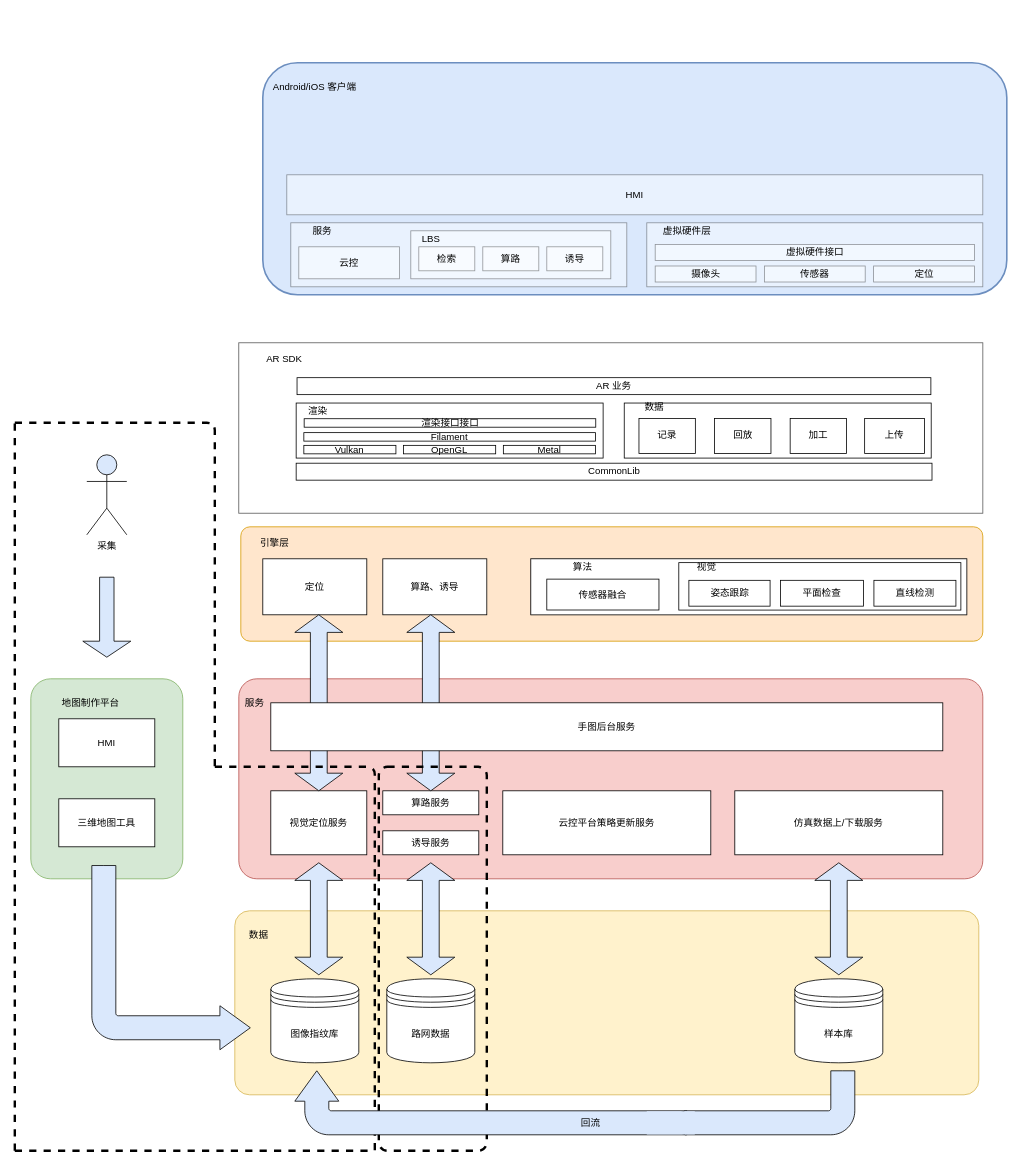
Above: page "主框架V2" (2 of 18) of AR 客户端架构.drawio in wangziji/graphics (draw.io), before the change. Source tidied: cells renumbered, new cells numbered last; positions are measured from the earlier drawing's top-left corner, leaving out a move shared by most shapes. Both pictures are drawn from the tidied source at 80%, with x=0, y=0 at pixel (14, 62).
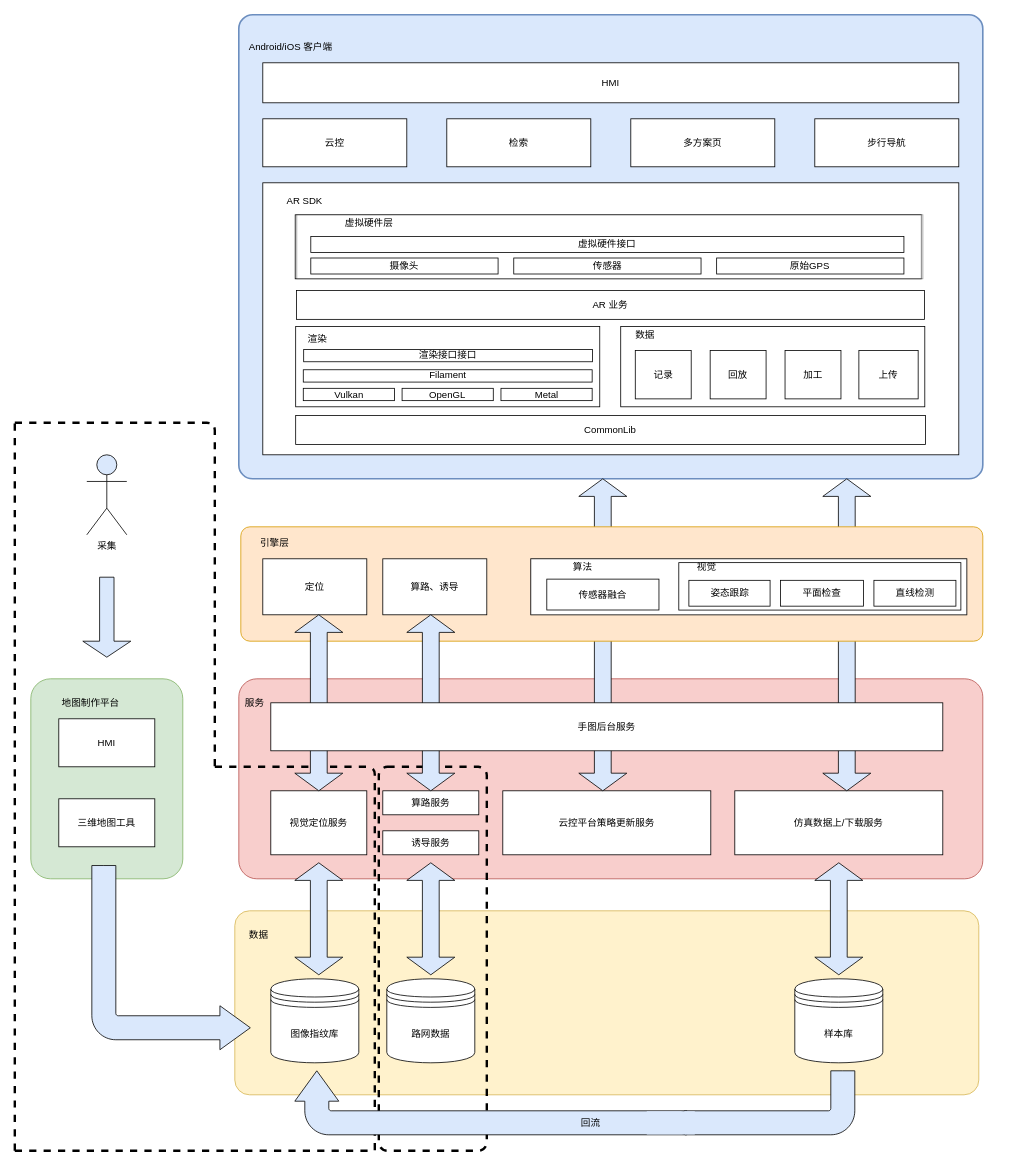
The same diagram, later.

Commit message:
Update AR 客户端架构.drawio

Change to the diagram source:
```diff
@@
-    <mxCell id="2" style="rounded=1;whiteSpace=wrap;html=1;fillColor=#ffe6cc;strokeColor=#d79b00;arcSize=8;" parent="1" vertex="1">
-      <mxGeometry x="282.5" y="580" width="927.5" height="143" as="geometry" />
-    </mxCell>
-    <mxCell id="3" value="定位" style="rounded=0;whiteSpace=wrap;html=1;" parent="1" vertex="1">
-      <mxGeometry x="310" y="620" width="130" height="70" as="geometry" />
-    </mxCell>
-    <mxCell id="4" value="算路、诱导" style="rounded=0;whiteSpace=wrap;html=1;" parent="1" vertex="1">
-      <mxGeometry x="460" y="620" width="130" height="70" as="geometry" />
-    </mxCell>
-    <mxCell id="5" value="引擎层" style="text;html=1;strokeColor=none;fillColor=none;align=center;verticalAlign=middle;whiteSpace=wrap;rounded=0;" parent="1" vertex="1">
-      <mxGeometry x="300" y="590" width="50" height="20" as="geometry" />
-    </mxCell>
@@
-    <mxCell id="23" style="html=1;shadow=0;dashed=0;align=center;verticalAlign=middle;shape=mxgraph.arrows2.twoWayArrow;dy=0.65;dx=22;strokeColor=#000000;fillColor=#DAE8FC;rotation=90;" parent="1" vertex="1">
-      <mxGeometry x="270" y="770" width="220" height="60" as="geometry" />
-    </mxCell>
-    <mxCell id="24" style="html=1;shadow=0;dashed=0;align=center;verticalAlign=middle;shape=mxgraph.arrows2.twoWayArrow;dy=0.65;dx=22;strokeColor=#000000;fillColor=#DAE8FC;rotation=90;" parent="1" vertex="1">
-      <mxGeometry x="410" y="770" width="220" height="60" as="geometry" />
-    </mxCell>
-    <mxCell id="25" value="手图后台服务" style="rounded=0;whiteSpace=wrap;html=1;" parent="1" vertex="1">
-      <mxGeometry x="320" y="800" width="840" height="60" as="geometry" />
-    </mxCell>
@@
-    <mxCell id="36" style="rounded=1;whiteSpace=wrap;html=1;strokeWidth=2;fillColor=#DAE8FC;strokeColor=#6c8ebf;" parent="1" vertex="1">
-      <mxGeometry x="310" width="930" height="290" as="geometry" />
+    <mxCell id="36" style="rounded=1;whiteSpace=wrap;html=1;strokeWidth=2;fillColor=#DAE8FC;strokeColor=#6c8ebf;arcSize=3;" parent="1" vertex="1">
+      <mxGeometry x="280" y="-60" width="930" height="580" as="geometry" />
     </mxCell>
     <mxCell id="37" value="Android/iOS 客户端" style="text;html=1;strokeColor=none;fillColor=none;align=center;verticalAlign=middle;whiteSpace=wrap;rounded=0;" parent="1" vertex="1">
-      <mxGeometry x="320" y="20" width="110" height="20" as="geometry" />
+      <mxGeometry x="290" y="-30" width="110" height="20" as="geometry" />
     </mxCell>
-    <mxCell id="38" value="HMI" style="rounded=0;whiteSpace=wrap;html=1;strokeWidth=1;opacity=40;fillColor=#FFFFFF;" parent="1" vertex="1">
-      <mxGeometry x="340" y="140" width="870" height="50" as="geometry" />
+    <mxCell id="38" value="HMI" style="rounded=0;whiteSpace=wrap;html=1;strokeWidth=1;fillColor=#FFFFFF;" parent="1" vertex="1">
+      <mxGeometry x="310" width="870" height="50" as="geometry" />
     </mxCell>
@@
-    <mxCell id="44" style="group;" parent="1" vertex="1">
-      <mxGeometry x="790" y="200" width="420" height="80" as="geometry" />
-    </mxCell>
-    <mxCell id="45" style="rounded=0;whiteSpace=wrap;html=1;strokeWidth=1;opacity=40;" parent="44" vertex="1">
-      <mxGeometry width="420" height="80" as="geometry" />
-    </mxCell>
+    <mxCell id="91" style="group;" parent="1" vertex="1">
+      <mxGeometry x="310" y="150" width="870" height="370" as="geometry" />
+    </mxCell>
+    <mxCell id="92" style="rounded=0;whiteSpace=wrap;html=1;strokeColor=#000000;fillColor=#FFFFFF;" parent="91" vertex="1">
+      <mxGeometry width="870" height="340" as="geometry" />
+    </mxCell>
+    <mxCell id="93" style="group;" parent="91" vertex="1">
+      <mxGeometry x="32.5" y="99.7" width="837.5" height="270.3" as="geometry" />
+    </mxCell>
+    <mxCell id="94" style="rounded=0;whiteSpace=wrap;html=1;strokeWidth=1;" parent="93" vertex="1">
+      <mxGeometry x="414.9" y="80" width="380.1" height="100.3" as="geometry" />
+    </mxCell>
+    <mxCell id="74" value="CommonLib" style="rounded=0;whiteSpace=wrap;html=1;strokeWidth=1;" parent="93" vertex="1">
+      <mxGeometry x="8.6" y="191.2" width="787.3" height="36.1" as="geometry" />
+    </mxCell>
+    <mxCell id="95" style="group;" parent="93" vertex="1">
+      <mxGeometry y="80" width="388.7" height="100.3" as="geometry" />
+    </mxCell>
+    <mxCell id="96" style="rounded=0;whiteSpace=wrap;html=1;strokeWidth=1;" parent="95" vertex="1">
+      <mxGeometry x="8.6" width="380.1" height="100.3" as="geometry" />
+    </mxCell>
+    <mxCell id="77" value="渲染" style="text;html=1;strokeColor=none;fillColor=none;align=center;verticalAlign=middle;whiteSpace=wrap;rounded=0;opacity=40;" parent="95" vertex="1">
+      <mxGeometry y="7.7" width="71.3" height="15.4" as="geometry" />
+    </mxCell>
+    <mxCell id="78" value="渲染接口接口" style="rounded=0;whiteSpace=wrap;html=1;strokeWidth=1;" parent="95" vertex="1">
+      <mxGeometry x="18.6" y="28.6" width="361.1" height="15.4" as="geometry" />
+    </mxCell>
+    <mxCell id="79" value="Vulkan" style="rounded=0;whiteSpace=wrap;html=1;strokeWidth=1;" parent="95" vertex="1">
+      <mxGeometry x="18.1" y="77.2" width="114" height="15.4" as="geometry" />
+    </mxCell>
+    <mxCell id="80" value="OpenGL" style="rounded=0;whiteSpace=wrap;html=1;strokeWidth=1;" parent="95" vertex="1">
+      <mxGeometry x="141.6" y="77.2" width="114" height="15.4" as="geometry" />
+    </mxCell>
+    <mxCell id="81" value="Metal" style="rounded=0;whiteSpace=wrap;html=1;strokeWidth=1;" parent="95" vertex="1">
+      <mxGeometry x="265.2" y="77.2" width="114" height="15.4" as="geometry" />
+    </mxCell>
+    <mxCell id="82" value="Filament" style="rounded=0;whiteSpace=wrap;html=1;strokeWidth=1;" parent="95" vertex="1">
+      <mxGeometry x="18.1" y="54" width="361.1" height="15.4" as="geometry" />
+    </mxCell>
+    <mxCell id="85" value="数据" style="text;html=1;strokeColor=none;fillColor=none;align=center;verticalAlign=middle;whiteSpace=wrap;rounded=0;opacity=40;" parent="93" vertex="1">
+      <mxGeometry x="408.3" y="80" width="74.2" height="20.7" as="geometry" />
+    </mxCell>
+    <mxCell id="86" value="记录" style="rounded=0;whiteSpace=wrap;html=1;strokeWidth=1;" parent="93" vertex="1">
+      <mxGeometry x="433.1" y="110" width="69.9" height="60.4" as="geometry" />
+    </mxCell>
+    <mxCell id="87" value="回放" style="rounded=0;whiteSpace=wrap;html=1;strokeWidth=1;" parent="93" vertex="1">
+      <mxGeometry x="526.7" y="110" width="69.9" height="60.4" as="geometry" />
+    </mxCell>
+    <mxCell id="88" value="加工" style="rounded=0;whiteSpace=wrap;html=1;strokeWidth=1;" parent="93" vertex="1">
+      <mxGeometry x="620.3" y="110" width="69.9" height="60.4" as="geometry" />
+    </mxCell>
+    <mxCell id="89" value="上传" style="rounded=0;whiteSpace=wrap;html=1;strokeWidth=1;" parent="93" vertex="1">
+      <mxGeometry x="712.6" y="110" width="74.1" height="60.4" as="geometry" />
+    </mxCell>
+    <mxCell id="97" style="group;" parent="91" vertex="1">
+      <mxGeometry x="41.5" y="125.6" width="787.3" height="54.1" as="geometry" />
+    </mxCell>
+    <mxCell id="84" value="AR 业务" style="rounded=0;whiteSpace=wrap;html=1;strokeWidth=1;" parent="97" vertex="1">
+      <mxGeometry x="0.6" y="9" width="784.9" height="36.1" as="geometry" />
+    </mxCell>
+    <mxCell id="98" style="group;strokeColor=#000000;" parent="91" vertex="1">
+      <mxGeometry x="40.5" y="40" width="782.6" height="80" as="geometry" />
+    </mxCell>
+    <mxCell id="99" style="rounded=0;whiteSpace=wrap;html=1;strokeWidth=1;opacity=40;" parent="98" vertex="1">
+      <mxGeometry x="2" width="782.6" height="80" as="geometry" />
+    </mxCell>
-    <mxCell id="46" value="虚拟硬件层" style="text;html=1;strokeColor=none;fillColor=none;align=center;verticalAlign=middle;whiteSpace=wrap;rounded=0;opacity=40;" parent="44" vertex="1">
-      <mxGeometry x="10.5" width="78.8" height="20" as="geometry" />
+    <mxCell id="46" value="虚拟硬件层" style="text;html=1;strokeColor=none;fillColor=none;align=center;verticalAlign=middle;whiteSpace=wrap;rounded=0;opacity=40;" parent="98" vertex="1">
+      <mxGeometry x="19.5" width="146.3" height="20" as="geometry" />
     </mxCell>
-    <mxCell id="47" value="虚拟硬件接口" style="rounded=0;whiteSpace=wrap;html=1;strokeWidth=1;opacity=40;" parent="44" vertex="1">
-      <mxGeometry x="10.5" y="27" width="399" height="20" as="geometry" />
+    <mxCell id="47" value="虚拟硬件接口" style="rounded=0;whiteSpace=wrap;html=1;strokeWidth=1;" parent="98" vertex="1">
+      <mxGeometry x="19.5" y="27" width="741.4" height="20" as="geometry" />
     </mxCell>
-    <mxCell id="48" value="摄像头" style="rounded=0;whiteSpace=wrap;html=1;strokeWidth=1;opacity=40;" parent="44" vertex="1">
-      <mxGeometry x="10.5" y="54" width="126" height="20" as="geometry" />
+    <mxCell id="48" value="摄像头" style="rounded=0;whiteSpace=wrap;html=1;strokeWidth=1;" parent="98" vertex="1">
+      <mxGeometry x="19.5" y="54" width="234.1" height="20" as="geometry" />
     </mxCell>
-    <mxCell id="49" value="传感器" style="rounded=0;whiteSpace=wrap;html=1;strokeWidth=1;opacity=40;" parent="44" vertex="1">
-      <mxGeometry x="147" y="54" width="126" height="20" as="geometry" />
+    <mxCell id="49" value="传感器" style="rounded=0;whiteSpace=wrap;html=1;strokeWidth=1;" parent="98" vertex="1">
+      <mxGeometry x="273.2" y="54" width="234.1" height="20" as="geometry" />
     </mxCell>
-    <mxCell id="50" value="定位" style="rounded=0;whiteSpace=wrap;html=1;strokeWidth=1;opacity=40;" parent="44" vertex="1">
-      <mxGeometry x="283.5" y="54" width="126" height="20" as="geometry" />
-    </mxCell>
-    <mxCell id="51" style="group;" parent="1" vertex="1">
-      <mxGeometry x="345" y="200" width="420" height="80" as="geometry" />
-    </mxCell>
-    <mxCell id="52" style="rounded=0;whiteSpace=wrap;html=1;strokeWidth=1;opacity=40;" parent="51" vertex="1">
-      <mxGeometry width="420" height="80" as="geometry" />
-    </mxCell>
-    <mxCell id="53" value="服务" style="text;html=1;strokeColor=none;fillColor=none;align=center;verticalAlign=middle;whiteSpace=wrap;rounded=0;opacity=40;" parent="51" vertex="1">
-      <mxGeometry width="78.8" height="20" as="geometry" />
-    </mxCell>
+    <mxCell id="100" value="原始GPS" style="rounded=0;whiteSpace=wrap;html=1;strokeWidth=1;" parent="98" vertex="1">
+      <mxGeometry x="526.8" y="54" width="234.1" height="20" as="geometry" />
+    </mxCell>
+    <mxCell id="90" value="AR SDK" style="text;html=1;strokeColor=none;fillColor=none;align=center;verticalAlign=middle;whiteSpace=wrap;rounded=0;" parent="91" vertex="1">
+      <mxGeometry x="11.5" y="5.9" width="80.8" height="34.1" as="geometry" />
+    </mxCell>
-    <mxCell id="54" value="云控" style="rounded=0;whiteSpace=wrap;html=1;strokeWidth=1;opacity=40;" parent="51" vertex="1">
-      <mxGeometry x="10" y="30" width="126" height="40" as="geometry" />
+    <mxCell id="54" value="云控" style="rounded=0;whiteSpace=wrap;html=1;strokeColor=#000000;fillColor=#FFFFFF;" parent="1" vertex="1">
+      <mxGeometry x="310" y="70" width="180" height="60" as="geometry" />
     </mxCell>
-    <mxCell id="55" style="rounded=0;whiteSpace=wrap;html=1;strokeWidth=1;opacity=40;" parent="51" vertex="1">
-      <mxGeometry x="150" y="10" width="250" height="60" as="geometry" />
-    </mxCell>
-    <mxCell id="56" value="LBS" style="text;html=1;strokeColor=none;fillColor=none;align=center;verticalAlign=middle;whiteSpace=wrap;rounded=0;opacity=40;" parent="51" vertex="1">
-      <mxGeometry x="136" y="10" width="78.8" height="20" as="geometry" />
-    </mxCell>
-    <mxCell id="57" value="检索" style="rounded=0;whiteSpace=wrap;html=1;strokeWidth=1;opacity=40;" parent="51" vertex="1">
-      <mxGeometry x="160" y="30" width="70" height="30" as="geometry" />
+    <mxCell id="57" value="检索" style="rounded=0;whiteSpace=wrap;html=1;strokeColor=#000000;fillColor=#FFFFFF;" parent="1" vertex="1">
+      <mxGeometry x="540" y="70" width="180" height="60" as="geometry" />
     </mxCell>
-    <mxCell id="58" value="算路" style="rounded=0;whiteSpace=wrap;html=1;strokeWidth=1;opacity=40;" parent="51" vertex="1">
-      <mxGeometry x="240" y="30" width="70" height="30" as="geometry" />
-    </mxCell>
-    <mxCell id="59" value="诱导" style="rounded=0;whiteSpace=wrap;html=1;strokeWidth=1;opacity=40;" parent="51" vertex="1">
-      <mxGeometry x="320" y="30" width="70" height="30" as="geometry" />
-    </mxCell>
+    <mxCell id="101" value="多方案页" style="rounded=0;whiteSpace=wrap;html=1;strokeColor=#000000;fillColor=#FFFFFF;" parent="1" vertex="1">
+      <mxGeometry x="770" y="70" width="180" height="60" as="geometry" />
+    </mxCell>
+    <mxCell id="102" value="步行导航" style="rounded=0;whiteSpace=wrap;html=1;strokeColor=#000000;fillColor=#FFFFFF;" parent="1" vertex="1">
+      <mxGeometry x="1000" y="70" width="180" height="60" as="geometry" />
+    </mxCell>
+    <mxCell id="103" style="html=1;shadow=0;dashed=0;align=center;verticalAlign=middle;shape=mxgraph.arrows2.twoWayArrow;dy=0.65;dx=22;strokeColor=#000000;fillColor=#DAE8FC;rotation=90;" parent="1" vertex="1">
+      <mxGeometry x="845" y="685" width="390" height="60" as="geometry" />
+    </mxCell>
+    <mxCell id="104" style="html=1;shadow=0;dashed=0;align=center;verticalAlign=middle;shape=mxgraph.arrows2.twoWayArrow;dy=0.65;dx=22;strokeColor=#000000;fillColor=#DAE8FC;rotation=90;" parent="1" vertex="1">
+      <mxGeometry x="540" y="685" width="390" height="60" as="geometry" />
+    </mxCell>
+    <mxCell id="2" style="rounded=1;whiteSpace=wrap;html=1;fillColor=#ffe6cc;strokeColor=#d79b00;arcSize=8;" parent="1" vertex="1">
+      <mxGeometry x="282.5" y="580" width="927.5" height="143" as="geometry" />
+    </mxCell>
+    <mxCell id="3" value="定位" style="rounded=0;whiteSpace=wrap;html=1;" parent="1" vertex="1">
+      <mxGeometry x="310" y="620" width="130" height="70" as="geometry" />
+    </mxCell>
+    <mxCell id="4" value="算路、诱导" style="rounded=0;whiteSpace=wrap;html=1;" parent="1" vertex="1">
+      <mxGeometry x="460" y="620" width="130" height="70" as="geometry" />
+    </mxCell>
+    <mxCell id="5" value="引擎层" style="text;html=1;strokeColor=none;fillColor=none;align=center;verticalAlign=middle;whiteSpace=wrap;rounded=0;" parent="1" vertex="1">
+      <mxGeometry x="300" y="590" width="50" height="20" as="geometry" />
+    </mxCell>
@@
-    <mxCell id="69" style="group;fillColor=#ffffff;opacity=40;strokeColor=#000000;" parent="1" vertex="1">
-      <mxGeometry x="280" y="350" width="930" height="213" as="geometry" />
-    </mxCell>
-    <mxCell id="70" style="rounded=1;whiteSpace=wrap;html=1;arcSize=0;opacity=40;fillColor=#FFFFFF;" parent="69" vertex="1">
-      <mxGeometry width="930" height="213" as="geometry" />
-    </mxCell>
-    <mxCell id="71" style="group;" parent="69" vertex="1">
-      <mxGeometry x="48.9" y="30" width="832.1" height="150" as="geometry" />
-    </mxCell>
-    <mxCell id="72" style="group;" parent="71" vertex="1">
-      <mxGeometry x="14.1" y="8.3" width="803.9" height="133.3" as="geometry" />
-    </mxCell>
-    <mxCell id="73" style="rounded=0;whiteSpace=wrap;html=1;strokeWidth=1;" parent="72" vertex="1">
-      <mxGeometry x="418.8" y="37" width="383.7" height="68.8" as="geometry" />
-    </mxCell>
-    <mxCell id="74" value="CommonLib" style="rounded=0;whiteSpace=wrap;html=1;strokeWidth=1;" parent="72" vertex="1">
-      <mxGeometry x="8.7" y="112.2" width="794.8" height="21.2" as="geometry" />
-    </mxCell>
-    <mxCell id="75" style="group;" parent="72" vertex="1">
-      <mxGeometry y="37" width="392.4" height="68.8" as="geometry" />
-    </mxCell>
-    <mxCell id="76" style="rounded=0;whiteSpace=wrap;html=1;strokeWidth=1;" parent="75" vertex="1">
-      <mxGeometry x="8.7" width="383.7" height="68.8" as="geometry" />
-    </mxCell>
-    <mxCell id="77" value="渲染" style="text;html=1;strokeColor=none;fillColor=none;align=center;verticalAlign=middle;whiteSpace=wrap;rounded=0;opacity=40;" parent="75" vertex="1">
-      <mxGeometry y="5.3" width="71.9" height="10.6" as="geometry" />
-    </mxCell>
-    <mxCell id="78" value="渲染接口接口" style="rounded=0;whiteSpace=wrap;html=1;strokeWidth=1;" parent="75" vertex="1">
-      <mxGeometry x="18.7" y="19.6" width="364.5" height="10.6" as="geometry" />
-    </mxCell>
-    <mxCell id="79" value="Vulkan" style="rounded=0;whiteSpace=wrap;html=1;strokeWidth=1;" parent="75" vertex="1">
-      <mxGeometry x="18.3" y="52.9" width="115.1" height="10.6" as="geometry" />
-    </mxCell>
-    <mxCell id="80" value="OpenGL" style="rounded=0;whiteSpace=wrap;html=1;strokeWidth=1;" parent="75" vertex="1">
-      <mxGeometry x="143" y="52.9" width="115.1" height="10.6" as="geometry" />
-    </mxCell>
-    <mxCell id="81" value="Metal" style="rounded=0;whiteSpace=wrap;html=1;strokeWidth=1;" parent="75" vertex="1">
-      <mxGeometry x="267.7" y="52.9" width="115.1" height="10.6" as="geometry" />
-    </mxCell>
-    <mxCell id="82" value="Filament" style="rounded=0;whiteSpace=wrap;html=1;strokeWidth=1;" parent="75" vertex="1">
-      <mxGeometry x="18.3" y="37" width="364.5" height="10.6" as="geometry" />
-    </mxCell>
-    <mxCell id="83" style="group;" parent="72" vertex="1">
-      <mxGeometry x="9.1" width="794.8" height="31.7" as="geometry" />
-    </mxCell>
-    <mxCell id="84" value="AR 业务" style="rounded=0;whiteSpace=wrap;html=1;strokeWidth=1;" parent="83" vertex="1">
-      <mxGeometry x="0.7" y="5.3" width="792.3" height="21.2" as="geometry" />
-    </mxCell>
-    <mxCell id="85" value="数据" style="text;html=1;strokeColor=none;fillColor=none;align=center;verticalAlign=middle;whiteSpace=wrap;rounded=0;opacity=40;" parent="72" vertex="1">
-      <mxGeometry x="418.8" y="37" width="74.9" height="12.2" as="geometry" />
-    </mxCell>
-    <mxCell id="86" value="记录" style="rounded=0;whiteSpace=wrap;html=1;strokeWidth=1;" parent="72" vertex="1">
-      <mxGeometry x="437.2" y="56.3" width="70.5" height="43.7" as="geometry" />
-    </mxCell>
-    <mxCell id="87" value="回放" style="rounded=0;whiteSpace=wrap;html=1;strokeWidth=1;" parent="72" vertex="1">
-      <mxGeometry x="531.7" y="56.3" width="70.5" height="43.7" as="geometry" />
-    </mxCell>
-    <mxCell id="88" value="加工" style="rounded=0;whiteSpace=wrap;html=1;strokeWidth=1;" parent="72" vertex="1">
-      <mxGeometry x="626.2" y="56.3" width="70.5" height="43.7" as="geometry" />
-    </mxCell>
-    <mxCell id="89" value="上传" style="rounded=0;whiteSpace=wrap;html=1;strokeWidth=1;" parent="72" vertex="1">
-      <mxGeometry x="719.3" y="56.3" width="74.8" height="43.7" as="geometry" />
-    </mxCell>
-    <mxCell id="90" value="AR SDK" style="text;html=1;strokeColor=none;fillColor=none;align=center;verticalAlign=middle;whiteSpace=wrap;rounded=0;" parent="69" vertex="1">
-      <mxGeometry x="16.3" y="10" width="81.6" height="20" as="geometry" />
-    </mxCell>
+    <mxCell id="23" style="html=1;shadow=0;dashed=0;align=center;verticalAlign=middle;shape=mxgraph.arrows2.twoWayArrow;dy=0.65;dx=22;strokeColor=#000000;fillColor=#DAE8FC;rotation=90;" parent="1" vertex="1">
+      <mxGeometry x="270" y="770" width="220" height="60" as="geometry" />
+    </mxCell>
+    <mxCell id="24" style="html=1;shadow=0;dashed=0;align=center;verticalAlign=middle;shape=mxgraph.arrows2.twoWayArrow;dy=0.65;dx=22;strokeColor=#000000;fillColor=#DAE8FC;rotation=90;" parent="1" vertex="1">
+      <mxGeometry x="410" y="770" width="220" height="60" as="geometry" />
+    </mxCell>
+    <mxCell id="25" value="手图后台服务" style="rounded=0;whiteSpace=wrap;html=1;" parent="1" vertex="1">
+      <mxGeometry x="320" y="800" width="840" height="60" as="geometry" />
+    </mxCell>
```
